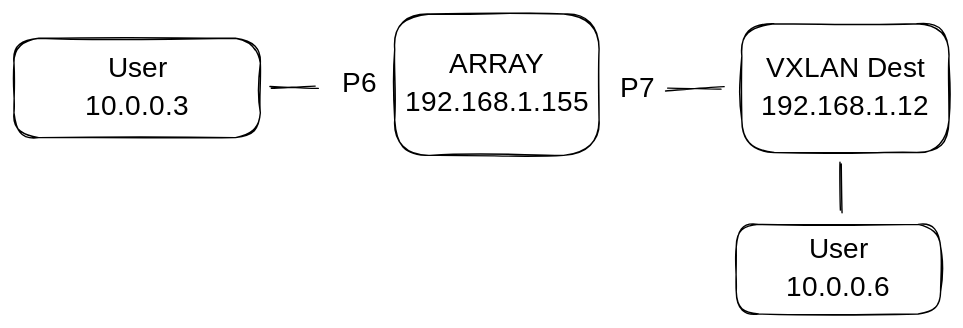
Before: .gitbook/assets/file.excalidraw2.svg, a diagram exported from Excalidraw (arrayntb/NTB_XML). Source tidied: one line per element, renumbered; positions are measured from the earlier drawing's top-left corner, leaving out a move shared by most shapes. Source of this version:
```json
{"id": 0, "type": "rectangle", "strokeColor": "#000000", "strokeWidth": 1, "roughness": 1, "round": true, "x": 272, "y": 0, "width": 146, "height": 101}
{"id": 1, "type": "text", "text": "GRISM\n192.168.1.155", "strokeColor": "#000000", "strokeWidth": 1, "roughness": 1, "fontSize": 20, "fontFamily": 1, "textAlign": "center", "verticalAlign": "middle", "inside": 0, "x": 286, "y": 24, "width": 119, "height": 54}
{"id": 2, "type": "rectangle", "strokeColor": "#000000", "strokeWidth": 1, "roughness": 1, "round": true, "x": 520, "y": 7, "width": 148, "height": 92}
{"id": 3, "type": "text", "text": "VXLAN Dest\n192.168.1.12", "strokeColor": "#000000", "strokeWidth": 1, "roughness": 1, "fontSize": 20, "fontFamily": 1, "textAlign": "center", "verticalAlign": "middle", "inside": 2, "x": 534, "y": 26, "width": 120, "height": 54}
{"id": 4, "type": "text", "text": "P6", "strokeColor": "#000000", "strokeWidth": 1, "roughness": 1, "fontSize": 20, "fontFamily": 1, "x": 234, "y": 38, "width": 28, "height": 25}
{"id": 5, "type": "text", "text": "P7", "strokeColor": "#000000", "strokeWidth": 1, "roughness": 1, "fontSize": 20, "fontFamily": 1, "x": 433, "y": 41, "width": 26, "height": 25}
{"id": 6, "type": "line", "strokeColor": "#000000", "strokeWidth": 1, "roughness": 1, "round": true, "x": 467, "y": 54, "width": 39, "height": 1, "points": [[0, 0], [39, -1]]}
{"id": 7, "type": "line", "strokeColor": "#000000", "strokeWidth": 1, "roughness": 1, "round": true, "x": 183, "y": 53, "width": 33, "height": 2, "points": [[0, 0], [33, -2]]}
{"id": 8, "type": "rectangle", "strokeColor": "#000000", "strokeWidth": 1, "roughness": 1, "round": true, "x": 0, "y": 17, "width": 176, "height": 71}
{"id": 9, "type": "text", "text": "User\n10.0.0.3", "strokeColor": "#000000", "strokeWidth": 1, "roughness": 1, "fontSize": 20, "fontFamily": 1, "textAlign": "center", "verticalAlign": "middle", "inside": 8, "x": 48, "y": 26, "width": 79, "height": 54}
{"id": 10, "type": "rectangle", "strokeColor": "#000000", "strokeWidth": 1, "roughness": 1, "round": true, "x": 516, "y": 150, "width": 146, "height": 64}
{"id": 11, "type": "text", "text": "User\n10.0.0.6", "strokeColor": "#000000", "strokeWidth": 1, "roughness": 1, "fontSize": 20, "fontFamily": 1, "textAlign": "center", "verticalAlign": "middle", "inside": 10, "x": 550, "y": 155, "width": 78, "height": 54}
{"id": 12, "type": "line", "strokeColor": "#000000", "strokeWidth": 1, "roughness": 1, "round": true, "x": 590, "y": 107, "width": 2, "height": 34, "points": [[0, 0], [2, 34]]}
```
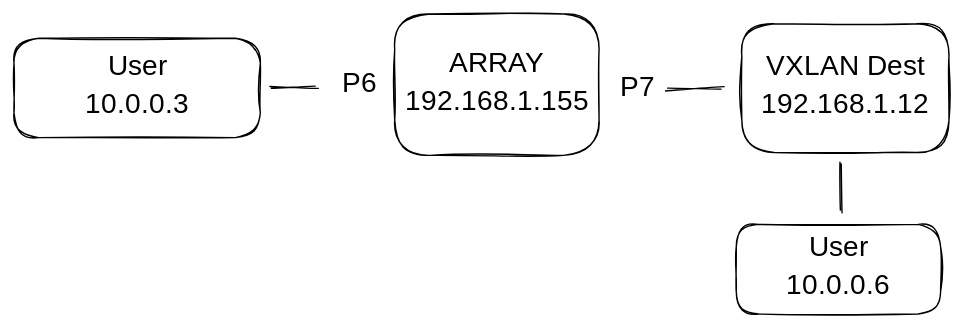
After the change.

Commit message:
GITBOOK-3: change request with no subject merged in GitBook

The edit, as a diff of the source:
```diff
@@ -1,13 +1,13 @@
 {"id": 0, "type": "rectangle", "strokeColor": "#000000", "strokeWidth": 1, "roughness": 1, "round": true, "x": 272, "y": 0, "width": 146, "height": 101}
-{"id": 1, "type": "text", "text": "GRISM\n192.168.1.155", "strokeColor": "#000000", "strokeWidth": 1, "roughness": 1, "fontSize": 20, "fontFamily": 1, "textAlign": "center", "verticalAlign": "middle", "inside": 0, "x": 286, "y": 24, "width": 119, "height": 54}
+{"id": 1, "type": "text", "text": "ARRAY\n192.168.1.155", "strokeColor": "#000000", "strokeWidth": 1, "roughness": 1, "fontSize": 20, "fontFamily": 1, "textAlign": "center", "verticalAlign": "middle", "inside": 0, "x": 286, "y": 24, "width": 117, "height": 54}
 {"id": 2, "type": "rectangle", "strokeColor": "#000000", "strokeWidth": 1, "roughness": 1, "round": true, "x": 520, "y": 7, "width": 148, "height": 92}
-{"id": 3, "type": "text", "text": "VXLAN Dest\n192.168.1.12", "strokeColor": "#000000", "strokeWidth": 1, "roughness": 1, "fontSize": 20, "fontFamily": 1, "textAlign": "center", "verticalAlign": "middle", "inside": 2, "x": 534, "y": 26, "width": 120, "height": 54}
+{"id": 3, "type": "text", "text": "VXLAN Dest\n192.168.1.12", "strokeColor": "#000000", "strokeWidth": 1, "roughness": 1, "fontSize": 20, "fontFamily": 1, "textAlign": "center", "verticalAlign": "middle", "inside": 2, "x": 535, "y": 26, "width": 119, "height": 54}
-{"id": 4, "type": "text", "text": "P6", "strokeColor": "#000000", "strokeWidth": 1, "roughness": 1, "fontSize": 20, "fontFamily": 1, "x": 234, "y": 38, "width": 28, "height": 25}
+{"id": 4, "type": "text", "text": "P6", "strokeColor": "#000000", "strokeWidth": 1, "roughness": 1, "fontSize": 20, "fontFamily": 1, "x": 234, "y": 38, "width": 26, "height": 25}
-{"id": 5, "type": "text", "text": "P7", "strokeColor": "#000000", "strokeWidth": 1, "roughness": 1, "fontSize": 20, "fontFamily": 1, "x": 433, "y": 41, "width": 26, "height": 25}
+{"id": 5, "type": "text", "text": "P7", "strokeColor": "#000000", "strokeWidth": 1, "roughness": 1, "fontSize": 20, "fontFamily": 1, "x": 433, "y": 41, "width": 24, "height": 25}
 {"id": 6, "type": "line", "strokeColor": "#000000", "strokeWidth": 1, "roughness": 1, "round": true, "x": 467, "y": 54, "width": 39, "height": 1, "points": [[0, 0], [39, -1]]}
 {"id": 7, "type": "line", "strokeColor": "#000000", "strokeWidth": 1, "roughness": 1, "round": true, "x": 183, "y": 53, "width": 33, "height": 2, "points": [[0, 0], [33, -2]]}
 {"id": 8, "type": "rectangle", "strokeColor": "#000000", "strokeWidth": 1, "roughness": 1, "round": true, "x": 0, "y": 17, "width": 176, "height": 71}
-{"id": 9, "type": "text", "text": "User\n10.0.0.3", "strokeColor": "#000000", "strokeWidth": 1, "roughness": 1, "fontSize": 20, "fontFamily": 1, "textAlign": "center", "verticalAlign": "middle", "inside": 8, "x": 48, "y": 26, "width": 79, "height": 54}
+{"id": 9, "type": "text", "text": "User\n10.0.0.3", "strokeColor": "#000000", "strokeWidth": 1, "roughness": 1, "fontSize": 20, "fontFamily": 1, "textAlign": "center", "verticalAlign": "middle", "inside": 8, "x": 50, "y": 26, "width": 77, "height": 54}
 {"id": 10, "type": "rectangle", "strokeColor": "#000000", "strokeWidth": 1, "roughness": 1, "round": true, "x": 516, "y": 150, "width": 146, "height": 64}
-{"id": 11, "type": "text", "text": "User\n10.0.0.6", "strokeColor": "#000000", "strokeWidth": 1, "roughness": 1, "fontSize": 20, "fontFamily": 1, "textAlign": "center", "verticalAlign": "middle", "inside": 10, "x": 550, "y": 155, "width": 78, "height": 54}
+{"id": 11, "type": "text", "text": "User\n10.0.0.6", "strokeColor": "#000000", "strokeWidth": 1, "roughness": 1, "fontSize": 20, "fontFamily": 1, "textAlign": "center", "verticalAlign": "middle", "inside": 10, "x": 551, "y": 155, "width": 76, "height": 54}
 {"id": 12, "type": "line", "strokeColor": "#000000", "strokeWidth": 1, "roughness": 1, "round": true, "x": 590, "y": 107, "width": 2, "height": 34, "points": [[0, 0], [2, 34]]}
```
